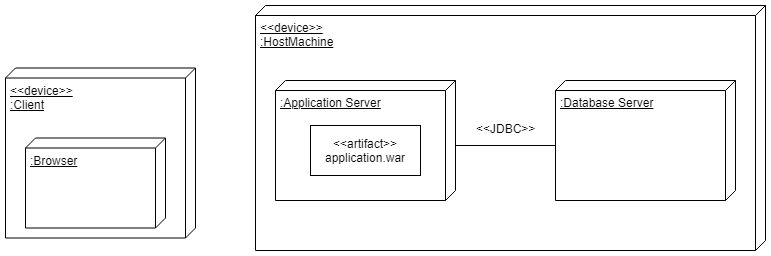
Above: doc/task05/deployment_diagram.png in ceoy/ch.bfh.bti7081.s2019.black (draw.io), before the change. Source tidied: cells renumbered, new cells last; positions are measured from the earlier drawing's top-left corner, leaving out a move shared by most shapes. The source it was exported from:
```xml
<mxGraphModel>
  <root>
    <mxCell id="0" />
    <mxCell id="1" parent="0" />
    <mxCell id="2" value="&amp;lt;&amp;lt;device&amp;gt;&amp;gt;&lt;br&gt;:Client" style="verticalAlign=top;align=left;spacingTop=8;spacingLeft=2;spacingRight=12;shape=cube;size=10;direction=south;fontStyle=4;html=1;" parent="1" vertex="1">
      <mxGeometry y="62.5" width="190" height="170" as="geometry" />
    </mxCell>
    <mxCell id="3" style="group;" parent="1" vertex="1">
      <mxGeometry x="250" width="510" height="245" as="geometry" />
    </mxCell>
    <mxCell id="4" value="&amp;lt;&amp;lt;device&amp;gt;&amp;gt;&lt;br&gt;:HostMachine&lt;br&gt;" style="verticalAlign=top;align=left;spacingTop=8;spacingLeft=2;spacingRight=12;shape=cube;size=10;direction=south;fontStyle=4;html=1;" parent="3" vertex="1">
      <mxGeometry width="510" height="245" as="geometry" />
    </mxCell>
    <mxCell id="5" style="group;" parent="3" vertex="1">
      <mxGeometry x="20" y="75" width="180" height="120" as="geometry" />
    </mxCell>
    <mxCell id="6" value=":Application Server" style="verticalAlign=top;align=left;spacingTop=8;spacingLeft=2;spacingRight=12;shape=cube;size=10;direction=south;fontStyle=4;html=1;" parent="5" vertex="1">
      <mxGeometry width="180" height="120" as="geometry" />
    </mxCell>
    <mxCell id="7" value="&amp;lt;&amp;lt;artifact&amp;gt;&amp;gt;&lt;br&gt;application.war" style="html=1;" parent="5" vertex="1">
      <mxGeometry x="35" y="45" width="110" height="50" as="geometry" />
    </mxCell>
    <mxCell id="8" value=":Database Server" style="verticalAlign=top;align=left;spacingTop=8;spacingLeft=2;spacingRight=12;shape=cube;size=10;direction=south;fontStyle=4;html=1;" parent="3" vertex="1">
      <mxGeometry x="300" y="75" width="180" height="120" as="geometry" />
    </mxCell>
    <mxCell id="9" style="edgeStyle=orthogonalEdgeStyle;rounded=0;jettySize=auto;html=1;exitX=0.542;exitY=0;exitDx=0;exitDy=0;exitPerimeter=0;entryX=0;entryY=0;entryDx=65;entryDy=180;entryPerimeter=0;endArrow=none;endFill=0;" parent="3" edge="1" source="6" target="8">
      <mxGeometry relative="1" as="geometry" />
    </mxCell>
    <mxCell id="10" value="&amp;lt;&amp;lt;JDBC&amp;gt;&amp;gt;" style="text;html=1;align=center;verticalAlign=middle;labelBackgroundColor=#ffffff;" parent="9" vertex="1">
      <mxGeometry x="-0.26" relative="1" as="geometry">
        <mxPoint x="13" y="-18" as="offset" />
      </mxGeometry>
    </mxCell>
    <mxCell id="11" value=":Browser" style="verticalAlign=top;align=left;spacingTop=8;spacingLeft=2;spacingRight=12;shape=cube;size=10;direction=south;fontStyle=4;html=1;" parent="1" vertex="1">
      <mxGeometry x="20" y="132.5" width="140" height="90" as="geometry" />
    </mxCell>
  </root>
</mxGraphModel>
```
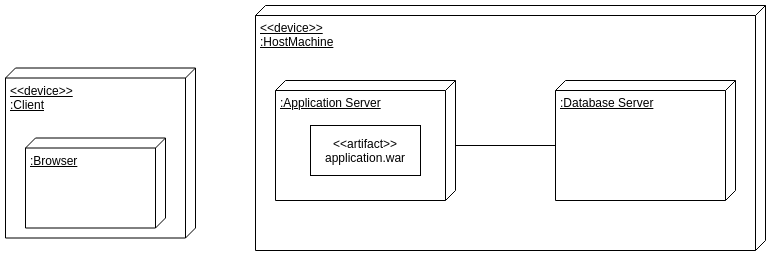
After the commit.

Commit message:
deployment angepasst

The edit, as a diff of the source:
```diff
@@ -26,11 +26,6 @@
     <mxCell id="9" style="edgeStyle=orthogonalEdgeStyle;rounded=0;jettySize=auto;html=1;exitX=0.542;exitY=0;exitDx=0;exitDy=0;exitPerimeter=0;entryX=0;entryY=0;entryDx=65;entryDy=180;entryPerimeter=0;endArrow=none;endFill=0;" parent="3" edge="1" source="6" target="8">
       <mxGeometry relative="1" as="geometry" />
     </mxCell>
-    <mxCell id="10" value="&amp;lt;&amp;lt;JDBC&amp;gt;&amp;gt;" style="text;html=1;align=center;verticalAlign=middle;labelBackgroundColor=#ffffff;" parent="9" vertex="1">
-      <mxGeometry x="-0.26" relative="1" as="geometry">
-        <mxPoint x="13" y="-18" as="offset" />
-      </mxGeometry>
-    </mxCell>
     <mxCell id="11" value=":Browser" style="verticalAlign=top;align=left;spacingTop=8;spacingLeft=2;spacingRight=12;shape=cube;size=10;direction=south;fontStyle=4;html=1;" parent="1" vertex="1">
       <mxGeometry x="20" y="132.5" width="140" height="90" as="geometry" />
     </mxCell>
```
